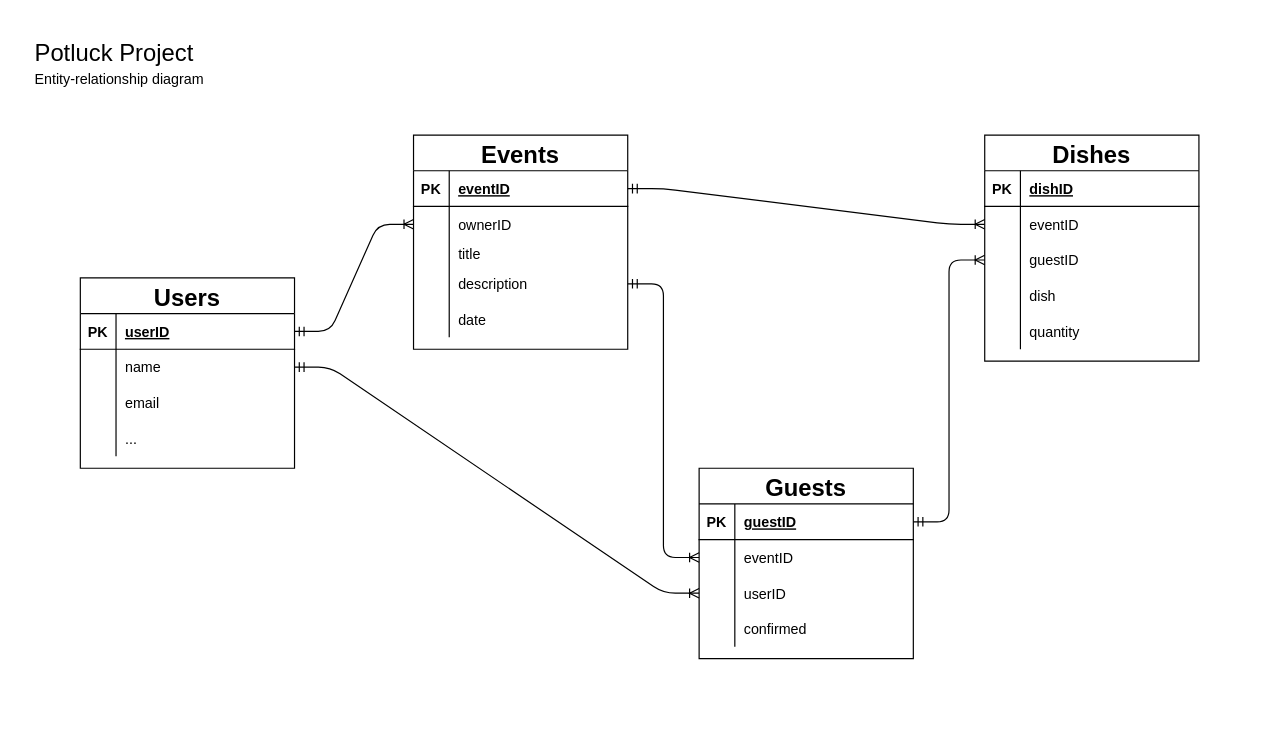
Earlier version of the draw.io diagram page "EER" (1 of 2) of documentation/ER_diagram_initial.drawio (akctba/potluck). Source tidied: cells renumbered, new cells numbered last; positions are measured from the earlier drawing's top-left corner, leaving out a move shared by most shapes. Both pictures are drawn from the tidied source at 119%, with x=0, y=0 at pixel (32, 39).
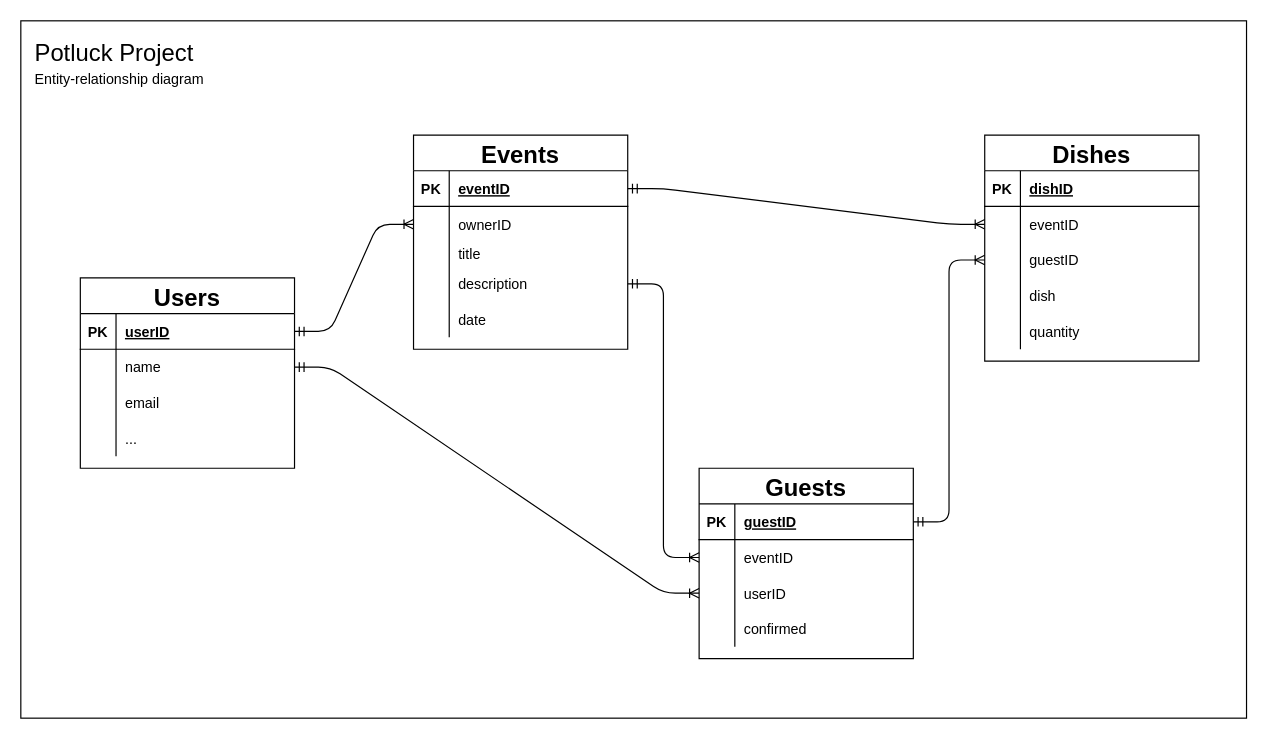
After the change.

Diff of the diagram source:
```diff
@@
+    <mxCell id="67" style="rounded=0;whiteSpace=wrap;html=1;" parent="1" vertex="1">
+      <mxGeometry x="-10" y="-16" width="1030" height="586" as="geometry" />
+    </mxCell>
```
